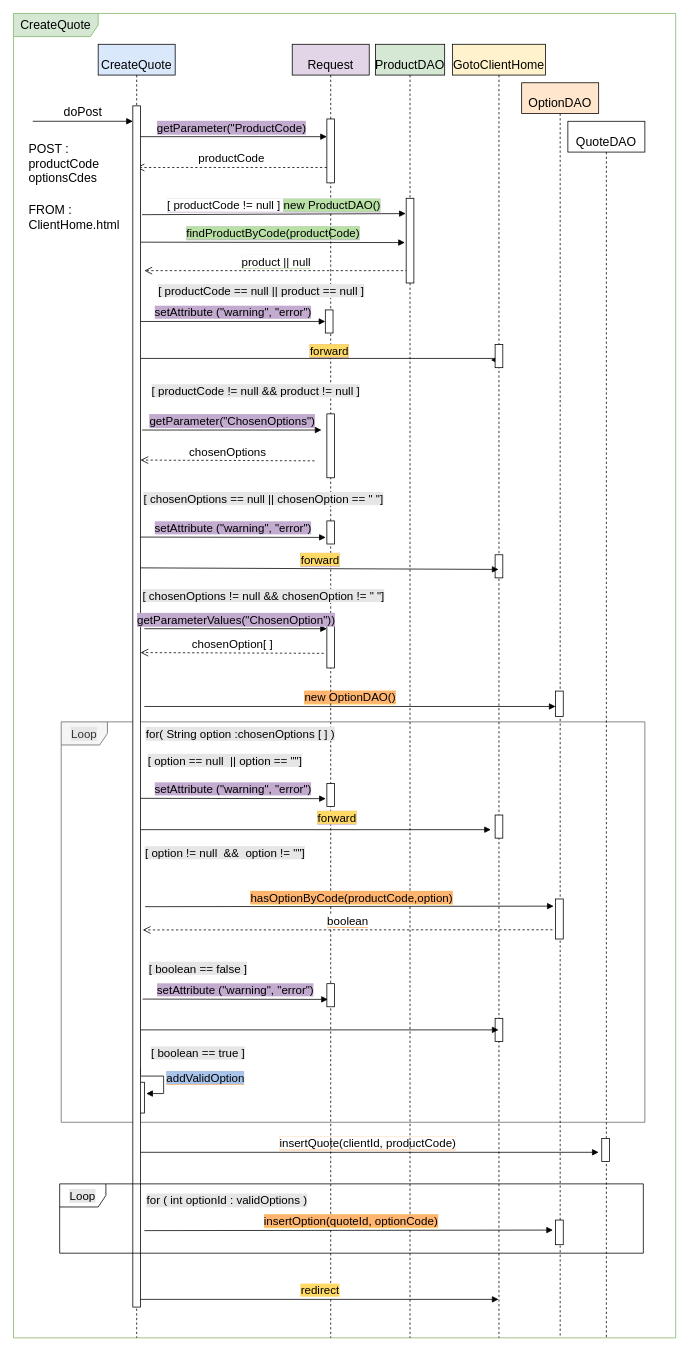
The draw.io diagram documentation/PureHTML_files_drawio/CreateQuote.drawio in ManuMerlo/Web-App-Project-TIW-2022-Inghilleri-Merlo, before the edit. Source tidied: cells renumbered, new cells numbered last; positions are measured from the earlier drawing's top-left corner, leaving out a move shared by most shapes. Both pictures are drawn from the tidied source at 77%, with x=0, y=0 at pixel (13, 13).
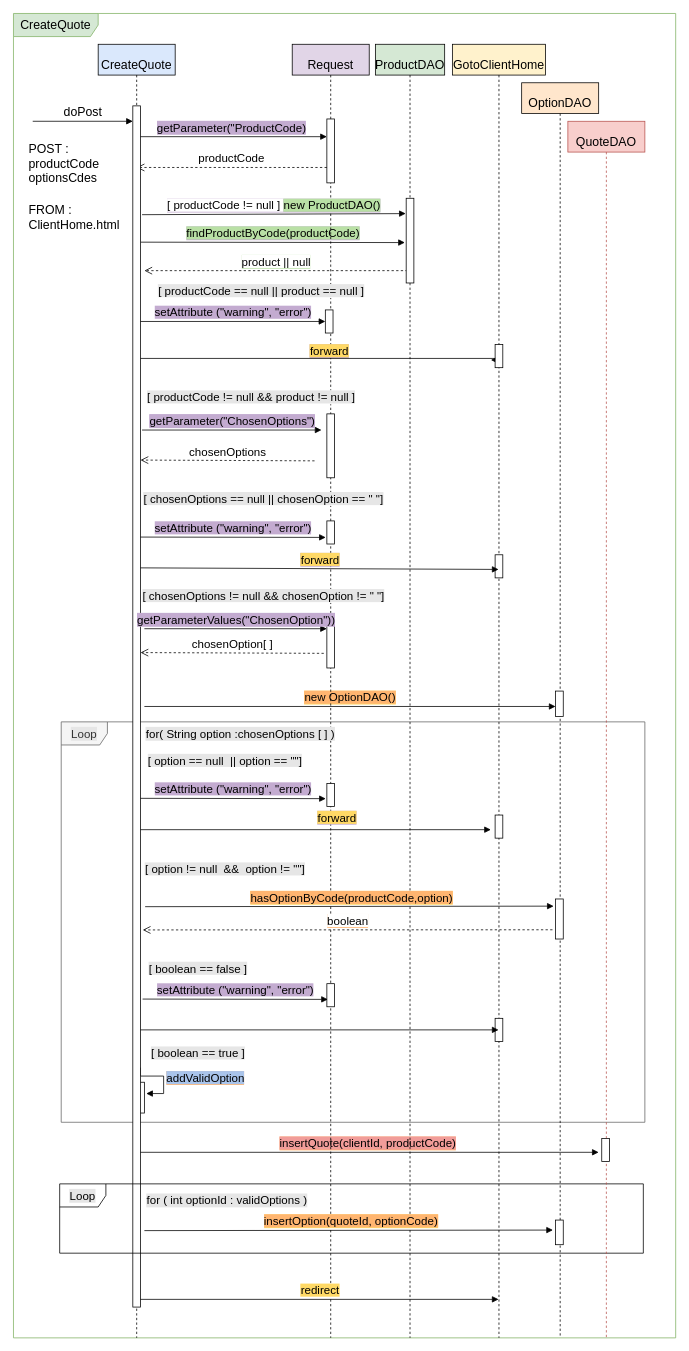
After the change.

Unchanged cells that the change refers to:
```xml
<mxCell id="4" value="&lt;span style=&quot;font-size: 16px;&quot;&gt;CreateQuote&lt;/span&gt;" style="shape=umlLifeline;perimeter=lifelinePerimeter;whiteSpace=wrap;html=1;fontSize=33;align=center;fillColor=#dae8fc;strokeColor=#000000;" parent="1" vertex="1">
  <mxGeometry x="110" y="40" width="100" height="1680" as="geometry" />
</mxCell>
```

The edit, as a diff of the source:
```diff
@@
-    <mxCell id="12" value="&lt;span style=&quot;background-color: rgb(255, 255, 255);&quot;&gt;insertQuote(clientId, productCode)&lt;/span&gt;" style="html=1;verticalAlign=bottom;endArrow=block;rounded=0;labelBackgroundColor=#FFB570;fontSize=15;fontColor=#000000;" parent="4" edge="1">
+    <mxCell id="12" value="&lt;span style=&quot;background-color: rgb(241, 156, 153);&quot;&gt;insertQuote(clientId, productCode)&lt;/span&gt;" style="html=1;verticalAlign=bottom;endArrow=block;rounded=0;labelBackgroundColor=#FFB570;fontSize=15;fontColor=#000000;" parent="4" edge="1">
       <mxGeometry relative="1" as="geometry">
         <mxPoint x="50" y="1439" as="sourcePoint" />
         <mxPoint x="650" y="1439" as="targetPoint" />
       </mxGeometry>
     </mxCell>
@@
-    <mxCell id="36" value="&lt;p style=&quot;line-height: 0.4;&quot;&gt;&lt;/p&gt;&lt;blockquote style=&quot;margin: 0px 0px 0px 40px; border: none; padding: 0px; line-height: 0.6;&quot;&gt;&lt;/blockquote&gt;&lt;span style=&quot;font-size: 16px;&quot;&gt;QuoteDAO&lt;/span&gt;&lt;br&gt;&lt;p&gt;&lt;/p&gt;" style="shape=umlLifeline;perimeter=lifelinePerimeter;whiteSpace=wrap;html=1;fontSize=33;align=center;" parent="1" vertex="1">
+    <mxCell id="36" value="&lt;p style=&quot;line-height: 0.4;&quot;&gt;&lt;/p&gt;&lt;blockquote style=&quot;margin: 0px 0px 0px 40px; border: none; padding: 0px; line-height: 0.6;&quot;&gt;&lt;/blockquote&gt;&lt;span style=&quot;font-size: 16px;&quot;&gt;QuoteDAO&lt;/span&gt;&lt;br&gt;&lt;p&gt;&lt;/p&gt;" style="shape=umlLifeline;perimeter=lifelinePerimeter;whiteSpace=wrap;html=1;fontSize=33;align=center;fillColor=#f8cecc;strokeColor=#b85450;" parent="1" vertex="1">
       <mxGeometry x="720" y="140" width="100" height="1580" as="geometry" />
     </mxCell>
@@
     <mxCell id="41" value="&lt;span style=&quot;background-color: rgb(230, 230, 230);&quot;&gt;[ productCode != null &amp;amp;&amp;amp; product != null ]&lt;/span&gt;" style="text;html=1;strokeColor=none;fillColor=none;align=center;verticalAlign=middle;whiteSpace=wrap;rounded=0;labelBackgroundColor=#FFFFFF;fontSize=15;fontColor=#000000;" parent="1" vertex="1">
-      <mxGeometry x="155" y="480" width="320" height="20" as="geometry" />
+      <mxGeometry x="149" y="488" width="320" height="20" as="geometry" />
     </mxCell>
@@
     <mxCell id="56" value="&lt;span style=&quot;background-color: rgb(230, 230, 230);&quot;&gt;[ option != null&amp;nbsp; &amp;amp;&amp;amp;&amp;nbsp; option != &quot;&quot;]&lt;/span&gt;" style="text;html=1;strokeColor=none;fillColor=none;align=center;verticalAlign=middle;whiteSpace=wrap;rounded=0;labelBackgroundColor=#FFFFFF;fontSize=15;fontColor=#000000;" parent="1" vertex="1">
-      <mxGeometry x="115" y="1080" width="320" height="20" as="geometry" />
+      <mxGeometry x="115" y="1101" width="320" height="20" as="geometry" />
     </mxCell>
```
